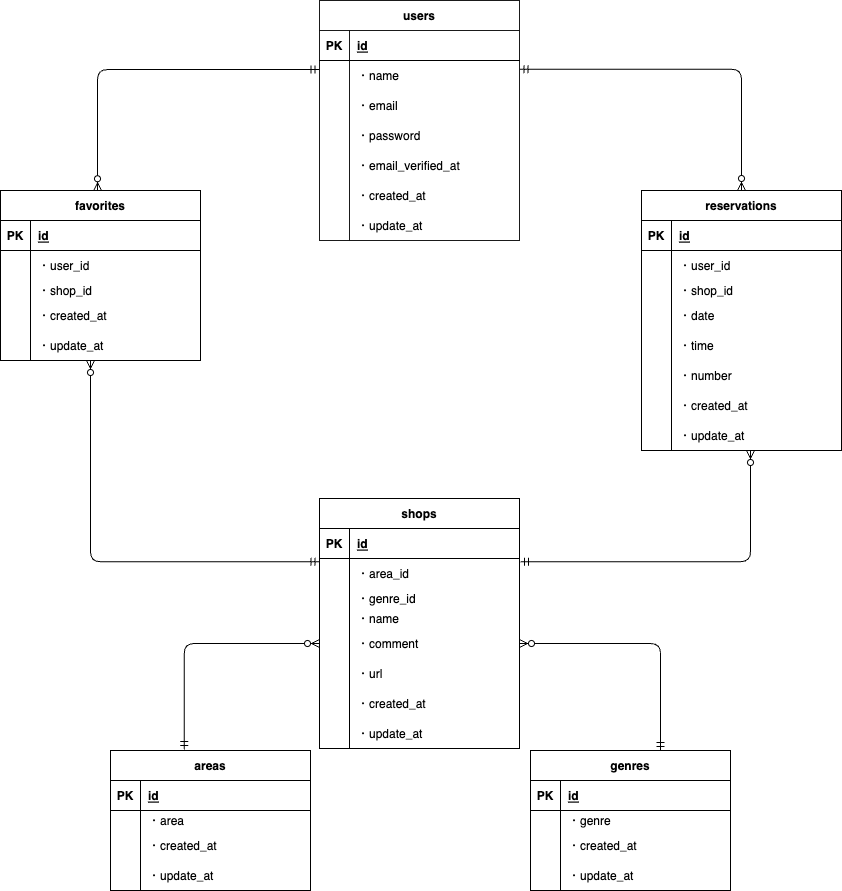
The draw.io diagram rese.drawio.png in fukao1985/Rese_project, before a commit. Source tidied: cells renumbered, new cells last; positions are measured from the earlier drawing's top-left corner, leaving out a move shared by most shapes.
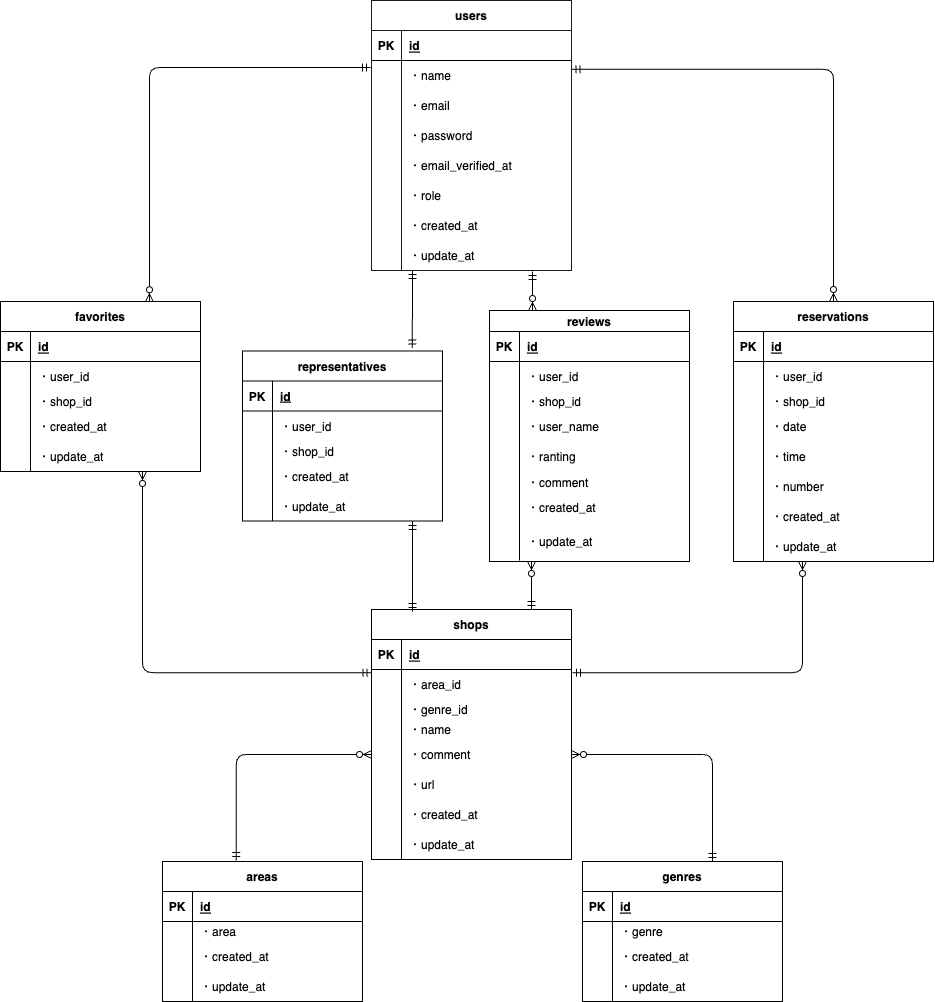
The same file after the commit.

What changed in the source:
```diff
@@ -6,7 +6,7 @@
       <mxGeometry width="841" height="890" as="geometry" />
     </mxCell>
     <mxCell id="3" value="users" style="shape=table;startSize=30;rowLines=0;fontStyle=1;align=center;opacity=90;" parent="2" vertex="1">
-      <mxGeometry x="319" width="200" height="240" as="geometry" />
+      <mxGeometry x="319" y="-111" width="200" height="270" as="geometry" />
     </mxCell>
     <mxCell id="4" style="shape=tableRow;horizontal=0;startSize=0;swimlaneHead=0;swimlaneBody=0;fillColor=none;top=0;left=0;right=0;bottom=1;" parent="3" vertex="1">
       <mxGeometry y="30" width="200" height="30" as="geometry" />
@@ -53,8 +53,17 @@
     <mxCell id="18" value="・email_verified_at" style="shape=partialRectangle;fillColor=none;top=0;left=0;bottom=0;right=0;align=left;spacingLeft=6;overflow=hidden;" parent="16" vertex="1">
       <mxGeometry x="30" width="170" height="30" as="geometry" />
     </mxCell>
+    <mxCell id="123" style="shape=tableRow;horizontal=0;startSize=0;swimlaneHead=0;swimlaneBody=0;fillColor=none;top=0;left=0;right=0;bottom=0;" parent="3" vertex="1">
+      <mxGeometry y="180" width="200" height="30" as="geometry" />
+    </mxCell>
+    <mxCell id="124" style="shape=partialRectangle;fillColor=none;top=0;left=0;bottom=0;right=0;overflow=hidden;" parent="123" vertex="1">
+      <mxGeometry width="30" height="30" as="geometry" />
+    </mxCell>
+    <mxCell id="125" value="・role" style="shape=partialRectangle;fillColor=none;top=0;left=0;bottom=0;right=0;align=left;spacingLeft=6;overflow=hidden;" parent="123" vertex="1">
+      <mxGeometry x="30" width="170" height="30" as="geometry" />
+    </mxCell>
     <mxCell id="19" style="shape=tableRow;horizontal=0;startSize=0;swimlaneHead=0;swimlaneBody=0;fillColor=none;top=0;left=0;right=0;bottom=0;" parent="3" vertex="1">
-      <mxGeometry y="180" width="200" height="30" as="geometry" />
+      <mxGeometry y="210" width="200" height="30" as="geometry" />
     </mxCell>
     <mxCell id="20" style="shape=partialRectangle;fillColor=none;top=0;left=0;bottom=0;right=0;overflow=hidden;" parent="19" vertex="1">
       <mxGeometry width="30" height="30" as="geometry" />
@@ -63,7 +72,7 @@
       <mxGeometry x="30" width="170" height="30" as="geometry" />
     </mxCell>
     <mxCell id="22" style="shape=tableRow;horizontal=0;startSize=0;swimlaneHead=0;swimlaneBody=0;fillColor=none;top=0;left=0;right=0;bottom=0;" parent="3" vertex="1">
-      <mxGeometry y="210" width="200" height="30" as="geometry" />
+      <mxGeometry y="240" width="200" height="30" as="geometry" />
     </mxCell>
     <mxCell id="23" style="shape=partialRectangle;fillColor=none;top=0;left=0;bottom=0;right=0;overflow=hidden;" parent="22" vertex="1">
       <mxGeometry width="30" height="30" as="geometry" />
@@ -147,7 +156,7 @@
       <mxGeometry x="30" width="170" height="30" as="geometry" />
     </mxCell>
     <mxCell id="50" value="reservations" style="shape=table;startSize=30;rowLines=0;fontStyle=1;align=center;" parent="2" vertex="1">
-      <mxGeometry x="641" y="190" width="200" height="260" as="geometry" />
+      <mxGeometry x="681" y="190" width="200" height="260" as="geometry" />
     </mxCell>
     <mxCell id="51" style="shape=tableRow;horizontal=0;startSize=0;swimlaneHead=0;swimlaneBody=0;fillColor=none;top=0;left=0;right=0;bottom=1;" parent="50" vertex="1">
       <mxGeometry y="30" width="200" height="30" as="geometry" />
@@ -222,7 +231,7 @@
       <mxGeometry x="30" width="170" height="30" as="geometry" />
     </mxCell>
     <mxCell id="75" value="favorites" style="shape=table;startSize=30;rowLines=0;fontStyle=1;align=center;" parent="2" vertex="1">
-      <mxGeometry y="190" width="200" height="170" as="geometry" />
+      <mxGeometry x="-52" y="190" width="200" height="170" as="geometry" />
     </mxCell>
     <mxCell id="76" style="shape=tableRow;horizontal=0;startSize=0;swimlaneHead=0;swimlaneBody=0;fillColor=none;top=0;left=0;right=0;bottom=1;" parent="75" vertex="1">
       <mxGeometry y="30" width="200" height="30" as="geometry" />
@@ -350,9 +359,8 @@
     <mxCell id="117" style="edgeStyle=orthogonalEdgeStyle;fontSize=12;html=1;endArrow=ERzeroToMany;startArrow=ERmandOne;exitX=1.003;exitY=0.294;exitDx=0;exitDy=0;exitPerimeter=0;entryX=0.5;entryY=0;entryDx=0;entryDy=0;" parent="2" edge="1" source="7" target="50">
       <mxGeometry relative="1" as="geometry" />
     </mxCell>
-    <mxCell id="118" style="edgeStyle=orthogonalEdgeStyle;fontSize=12;html=1;endArrow=ERzeroToMany;startArrow=ERmandOne;exitX=1.003;exitY=0.294;exitDx=0;exitDy=0;exitPerimeter=0;entryX=0.5;entryY=0;entryDx=0;entryDy=0;" parent="2" edge="1">
+    <mxCell id="118" style="edgeStyle=orthogonalEdgeStyle;fontSize=12;html=1;endArrow=ERzeroToMany;startArrow=ERmandOne;exitX=-0.005;exitY=0.233;exitDx=0;exitDy=0;exitPerimeter=0;entryX=0.5;entryY=0;entryDx=0;entryDy=0;" parent="2" edge="1" source="7">
       <mxGeometry relative="1" as="geometry">
-        <mxPoint x="318.4" y="69.1" as="sourcePoint" />
         <mxPoint x="97" y="190.3" as="targetPoint" />
       </mxGeometry>
     </mxCell>
@@ -376,5 +384,149 @@
         <mxPoint x="660" y="750" as="sourcePoint" />
       </mxGeometry>
     </mxCell>
+    <mxCell id="126" value="reviews" style="shape=table;startSize=21;rowLines=0;fontStyle=1;align=center;" parent="2" vertex="1">
+      <mxGeometry x="437" y="199" width="200" height="251" as="geometry" />
+    </mxCell>
+    <mxCell id="127" style="shape=tableRow;horizontal=0;startSize=0;swimlaneHead=0;swimlaneBody=0;fillColor=none;top=0;left=0;right=0;bottom=1;" parent="126" vertex="1">
+      <mxGeometry y="21" width="200" height="30" as="geometry" />
+    </mxCell>
+    <mxCell id="128" value="PK" style="shape=partialRectangle;fillColor=none;top=0;left=0;bottom=0;right=0;fontStyle=1;overflow=hidden;" parent="127" vertex="1">
+      <mxGeometry width="30" height="30" as="geometry" />
+    </mxCell>
+    <mxCell id="129" value="id" style="shape=partialRectangle;fillColor=none;top=0;left=0;bottom=0;right=0;align=left;spacingLeft=6;fontStyle=5;overflow=hidden;" parent="127" vertex="1">
+      <mxGeometry x="30" width="170" height="30" as="geometry" />
+    </mxCell>
+    <mxCell id="130" style="shape=tableRow;horizontal=0;startSize=0;swimlaneHead=0;swimlaneBody=0;fillColor=none;top=0;left=0;right=0;bottom=0;" parent="126" vertex="1">
+      <mxGeometry y="51" width="200" height="30" as="geometry" />
+    </mxCell>
+    <mxCell id="131" style="shape=partialRectangle;fillColor=none;top=0;left=0;bottom=0;right=0;overflow=hidden;" parent="130" vertex="1">
+      <mxGeometry width="30" height="30" as="geometry" />
+    </mxCell>
+    <mxCell id="132" value="・user_id" style="shape=partialRectangle;fillColor=none;top=0;left=0;bottom=0;right=0;align=left;spacingLeft=6;overflow=hidden;" parent="130" vertex="1">
+      <mxGeometry x="30" width="170" height="30" as="geometry" />
+    </mxCell>
+    <mxCell id="133" style="shape=tableRow;horizontal=0;startSize=0;swimlaneHead=0;swimlaneBody=0;fillColor=none;top=0;left=0;right=0;bottom=0;" parent="126" vertex="1">
+      <mxGeometry y="81" width="200" height="20" as="geometry" />
+    </mxCell>
+    <mxCell id="134" style="shape=partialRectangle;fillColor=none;top=0;left=0;bottom=0;right=0;overflow=hidden;" parent="133" vertex="1">
+      <mxGeometry width="30" height="20" as="geometry" />
+    </mxCell>
+    <mxCell id="135" value="・shop_id" style="shape=partialRectangle;fillColor=none;top=0;left=0;bottom=0;right=0;align=left;spacingLeft=6;overflow=hidden;" parent="133" vertex="1">
+      <mxGeometry x="30" width="170" height="20" as="geometry" />
+    </mxCell>
+    <mxCell id="136" style="shape=tableRow;horizontal=0;startSize=0;swimlaneHead=0;swimlaneBody=0;fillColor=none;top=0;left=0;right=0;bottom=0;" parent="126" vertex="1">
+      <mxGeometry y="101" width="200" height="30" as="geometry" />
+    </mxCell>
+    <mxCell id="137" style="shape=partialRectangle;fillColor=none;top=0;left=0;bottom=0;right=0;overflow=hidden;" parent="136" vertex="1">
+      <mxGeometry width="30" height="30" as="geometry" />
+    </mxCell>
+    <mxCell id="138" value="・user_name" style="shape=partialRectangle;fillColor=none;top=0;left=0;bottom=0;right=0;align=left;spacingLeft=6;overflow=hidden;" parent="136" vertex="1">
+      <mxGeometry x="30" width="170" height="30" as="geometry" />
+    </mxCell>
+    <mxCell id="139" style="shape=tableRow;horizontal=0;startSize=0;swimlaneHead=0;swimlaneBody=0;fillColor=none;top=0;left=0;right=0;bottom=0;" parent="126" vertex="1">
+      <mxGeometry y="131" width="200" height="30" as="geometry" />
+    </mxCell>
+    <mxCell id="140" style="shape=partialRectangle;fillColor=none;top=0;left=0;bottom=0;right=0;overflow=hidden;" parent="139" vertex="1">
+      <mxGeometry width="30" height="30" as="geometry" />
+    </mxCell>
+    <mxCell id="141" value="・ranting" style="shape=partialRectangle;fillColor=none;top=0;left=0;bottom=0;right=0;align=left;spacingLeft=6;overflow=hidden;" parent="139" vertex="1">
+      <mxGeometry x="30" width="170" height="30" as="geometry" />
+    </mxCell>
+    <mxCell id="142" style="shape=tableRow;horizontal=0;startSize=0;swimlaneHead=0;swimlaneBody=0;fillColor=none;top=0;left=0;right=0;bottom=0;" parent="126" vertex="1">
+      <mxGeometry y="161" width="200" height="21" as="geometry" />
+    </mxCell>
+    <mxCell id="143" style="shape=partialRectangle;fillColor=none;top=0;left=0;bottom=0;right=0;overflow=hidden;" parent="142" vertex="1">
+      <mxGeometry width="30" height="21" as="geometry" />
+    </mxCell>
+    <mxCell id="144" value="・comment" style="shape=partialRectangle;fillColor=none;top=0;left=0;bottom=0;right=0;align=left;spacingLeft=6;overflow=hidden;" parent="142" vertex="1">
+      <mxGeometry x="30" width="170" height="21" as="geometry" />
+    </mxCell>
+    <mxCell id="145" style="shape=tableRow;horizontal=0;startSize=0;swimlaneHead=0;swimlaneBody=0;fillColor=none;top=0;left=0;right=0;bottom=0;" parent="126" vertex="1">
+      <mxGeometry y="182" width="200" height="29" as="geometry" />
+    </mxCell>
+    <mxCell id="146" style="shape=partialRectangle;fillColor=none;top=0;left=0;bottom=0;right=0;overflow=hidden;" parent="145" vertex="1">
+      <mxGeometry width="30" height="29" as="geometry" />
+    </mxCell>
+    <mxCell id="147" value="・created_at" style="shape=partialRectangle;fillColor=none;top=0;left=0;bottom=0;right=0;align=left;spacingLeft=6;overflow=hidden;" parent="145" vertex="1">
+      <mxGeometry x="30" width="170" height="29" as="geometry" />
+    </mxCell>
+    <mxCell id="148" style="shape=tableRow;horizontal=0;startSize=0;swimlaneHead=0;swimlaneBody=0;fillColor=none;top=0;left=0;right=0;bottom=0;" parent="126" vertex="1">
+      <mxGeometry y="211" width="200" height="39" as="geometry" />
+    </mxCell>
+    <mxCell id="149" style="shape=partialRectangle;fillColor=none;top=0;left=0;bottom=0;right=0;overflow=hidden;" parent="148" vertex="1">
+      <mxGeometry width="30" height="39" as="geometry" />
+    </mxCell>
+    <mxCell id="150" value="・update_at" style="shape=partialRectangle;fillColor=none;top=0;left=0;bottom=0;right=0;align=left;spacingLeft=6;overflow=hidden;" parent="148" vertex="1">
+      <mxGeometry x="30" width="170" height="39" as="geometry" />
+    </mxCell>
+    <mxCell id="151" style="fontSize=12;html=1;endArrow=ERzeroToMany;startArrow=ERmandOne;exitX=0.5;exitY=0;exitDx=0;exitDy=0;" parent="2" edge="1">
+      <mxGeometry relative="1" as="geometry">
+        <mxPoint x="479" y="498" as="sourcePoint" />
+        <mxPoint x="479" y="450" as="targetPoint" />
+      </mxGeometry>
+    </mxCell>
+    <mxCell id="152" style="fontSize=12;html=1;endArrow=ERzeroToMany;startArrow=ERmandOne;entryX=0.215;entryY=0;entryDx=0;entryDy=0;entryPerimeter=0;" parent="2" edge="1" target="126">
+      <mxGeometry relative="1" as="geometry">
+        <mxPoint x="480" y="160" as="sourcePoint" />
+      </mxGeometry>
+    </mxCell>
+    <mxCell id="153" value="representatives" style="shape=table;startSize=30;rowLines=0;fontStyle=1;align=center;" parent="2" vertex="1">
+      <mxGeometry x="190" y="239.5" width="200" height="170" as="geometry" />
+    </mxCell>
+    <mxCell id="154" style="shape=tableRow;horizontal=0;startSize=0;swimlaneHead=0;swimlaneBody=0;fillColor=none;top=0;left=0;right=0;bottom=1;" parent="153" vertex="1">
+      <mxGeometry y="30" width="200" height="30" as="geometry" />
+    </mxCell>
+    <mxCell id="155" value="PK" style="shape=partialRectangle;fillColor=none;top=0;left=0;bottom=0;right=0;fontStyle=1;overflow=hidden;" parent="154" vertex="1">
+      <mxGeometry width="30" height="30" as="geometry" />
+    </mxCell>
+    <mxCell id="156" value="id" style="shape=partialRectangle;fillColor=none;top=0;left=0;bottom=0;right=0;align=left;spacingLeft=6;fontStyle=5;overflow=hidden;" parent="154" vertex="1">
+      <mxGeometry x="30" width="170" height="30" as="geometry" />
+    </mxCell>
+    <mxCell id="157" style="shape=tableRow;horizontal=0;startSize=0;swimlaneHead=0;swimlaneBody=0;fillColor=none;top=0;left=0;right=0;bottom=0;" parent="153" vertex="1">
+      <mxGeometry y="60" width="200" height="30" as="geometry" />
+    </mxCell>
+    <mxCell id="158" style="shape=partialRectangle;fillColor=none;top=0;left=0;bottom=0;right=0;overflow=hidden;" parent="157" vertex="1">
+      <mxGeometry width="30" height="30" as="geometry" />
+    </mxCell>
+    <mxCell id="159" value="・user_id" style="shape=partialRectangle;fillColor=none;top=0;left=0;bottom=0;right=0;align=left;spacingLeft=6;overflow=hidden;" parent="157" vertex="1">
+      <mxGeometry x="30" width="170" height="30" as="geometry" />
+    </mxCell>
+    <mxCell id="160" style="shape=tableRow;horizontal=0;startSize=0;swimlaneHead=0;swimlaneBody=0;fillColor=none;top=0;left=0;right=0;bottom=0;" parent="153" vertex="1">
+      <mxGeometry y="90" width="200" height="20" as="geometry" />
+    </mxCell>
+    <mxCell id="161" style="shape=partialRectangle;fillColor=none;top=0;left=0;bottom=0;right=0;overflow=hidden;" parent="160" vertex="1">
+      <mxGeometry width="30" height="20" as="geometry" />
+    </mxCell>
+    <mxCell id="162" value="・shop_id" style="shape=partialRectangle;fillColor=none;top=0;left=0;bottom=0;right=0;align=left;spacingLeft=6;overflow=hidden;" parent="160" vertex="1">
+      <mxGeometry x="30" width="170" height="20" as="geometry" />
+    </mxCell>
+    <mxCell id="163" style="shape=tableRow;horizontal=0;startSize=0;swimlaneHead=0;swimlaneBody=0;fillColor=none;top=0;left=0;right=0;bottom=0;" parent="153" vertex="1">
+      <mxGeometry y="110" width="200" height="30" as="geometry" />
+    </mxCell>
+    <mxCell id="164" style="shape=partialRectangle;fillColor=none;top=0;left=0;bottom=0;right=0;overflow=hidden;" parent="163" vertex="1">
+      <mxGeometry width="30" height="30" as="geometry" />
+    </mxCell>
+    <mxCell id="165" value="・created_at" style="shape=partialRectangle;fillColor=none;top=0;left=0;bottom=0;right=0;align=left;spacingLeft=6;overflow=hidden;" parent="163" vertex="1">
+      <mxGeometry x="30" width="170" height="30" as="geometry" />
+    </mxCell>
+    <mxCell id="166" style="shape=tableRow;horizontal=0;startSize=0;swimlaneHead=0;swimlaneBody=0;fillColor=none;top=0;left=0;right=0;bottom=0;" parent="153" vertex="1">
+      <mxGeometry y="140" width="200" height="30" as="geometry" />
+    </mxCell>
+    <mxCell id="167" style="shape=partialRectangle;fillColor=none;top=0;left=0;bottom=0;right=0;overflow=hidden;" parent="166" vertex="1">
+      <mxGeometry width="30" height="30" as="geometry" />
+    </mxCell>
+    <mxCell id="168" value="・update_at" style="shape=partialRectangle;fillColor=none;top=0;left=0;bottom=0;right=0;align=left;spacingLeft=6;overflow=hidden;" parent="166" vertex="1">
+      <mxGeometry x="30" width="170" height="30" as="geometry" />
+    </mxCell>
+    <mxCell id="169" style="fontSize=12;html=1;endArrow=ERmandOne;startArrow=ERmandOne;exitX=0.849;exitY=-0.017;exitDx=0;exitDy=0;exitPerimeter=0;" parent="2" edge="1" source="153">
+      <mxGeometry relative="1" as="geometry">
+        <mxPoint x="360" y="159" as="targetPoint" />
+      </mxGeometry>
+    </mxCell>
+    <mxCell id="170" style="fontSize=12;html=1;endArrow=ERmandOne;startArrow=ERmandOne;exitX=0.205;exitY=0.008;exitDx=0;exitDy=0;exitPerimeter=0;" parent="1" edge="1" source="25">
+      <mxGeometry relative="1" as="geometry">
+        <mxPoint x="360" y="410" as="targetPoint" />
+      </mxGeometry>
+    </mxCell>
   </root>
 </mxGraphModel>
```
